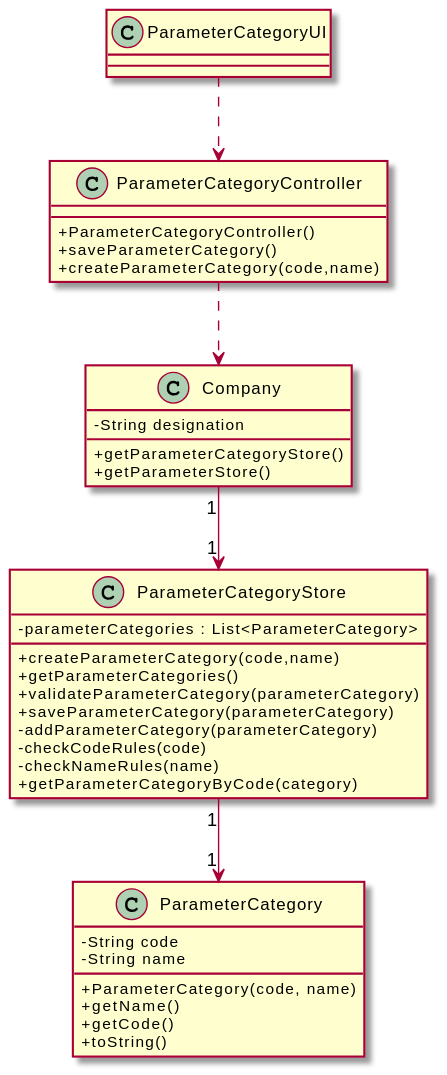
The PlantUML diagram docs/SprintB/US_11/US11-CD.svg in RuiRioPina/LAPR2-20-21, before a commit.
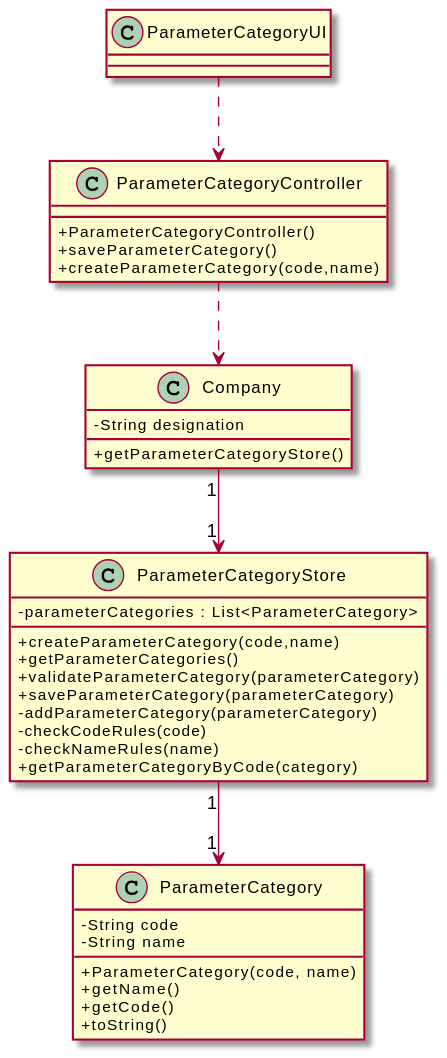
After the commit.

Commit message:
Updating the class diagram of by deleting a method on the class Company [US-11]

The edit, as a diff of the source:
```diff
@@ -5,7 +5,6 @@
 {
   -String designation
   +getParameterCategoryStore()
-  +getParameterStore()
 }
 
 class ParameterCategoryStore {
@@ -40,7 +39,6 @@
 
 ParameterCategoryUI ..> ParameterCategoryController
 ParameterCategoryController ..> Company
-
 Company "1" --> "1" ParameterCategoryStore
 ParameterCategoryStore "1" --> "1" ParameterCategory
 @enduml
```
